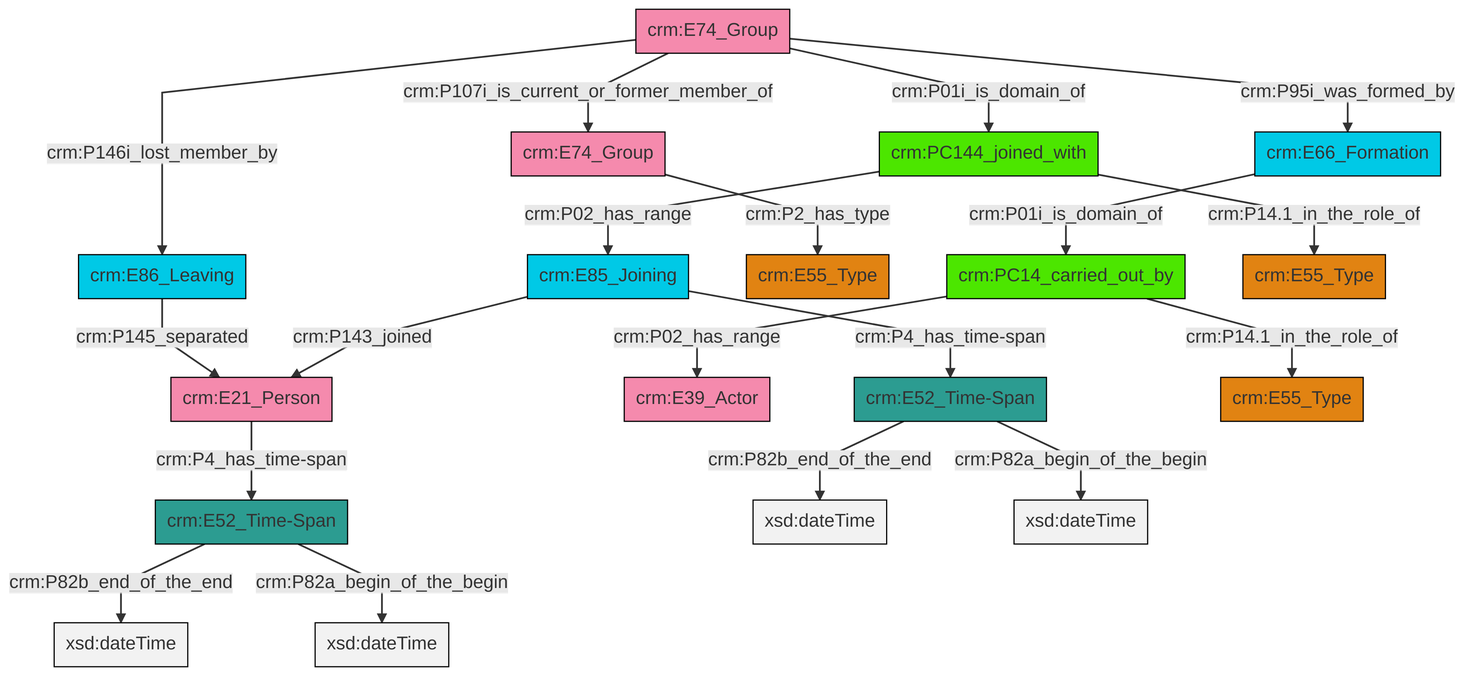
This is et/groupCSV/ttl/mmd/png/group_actor_relations.png from swiss-art-research-net/docs.swissartresearch, a Mermaid export, as it was before one commit. Its source is kept beside it as et/groupCSV/ttl/mmd/group_actor_relations.ttl.mmd.
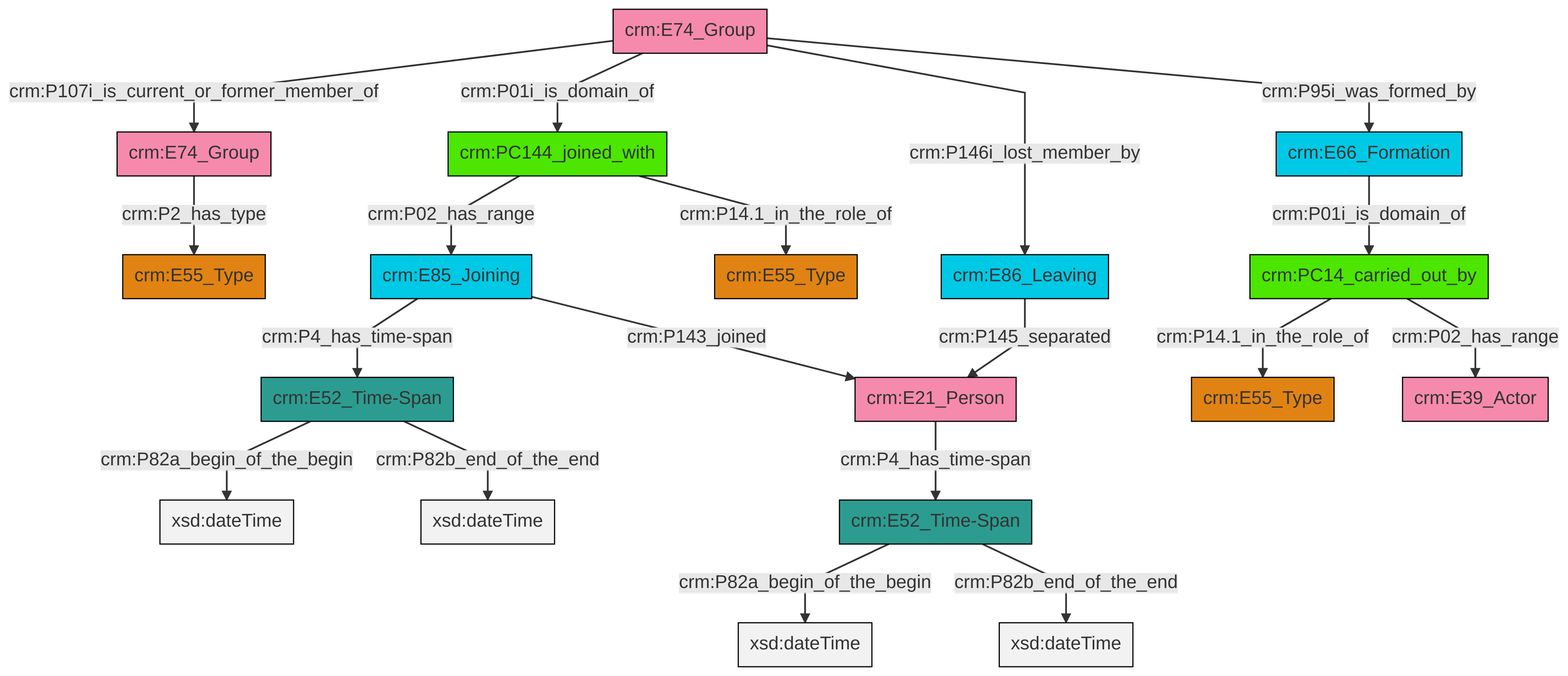
The same file after the commit.

Change to the diagram source:
```diff
@@ -13,21 +13,21 @@
 classDef PC_Classes fill:#4ce600, stroke:#000000;
 classDef Multi fill:#cccccc,stroke:#000000;
 
-0["crm:E85_Joining"]:::Temporal_Entity -->|crm:P4_has_time-span| 1["crm:E52_Time-Span"]:::Time-Span
-4["crm:PC14_carried_out_by"]:::PC_Classes -->|crm:P02_has_range| 5["crm:E39_Actor"]:::Actor
-10["crm:E86_Leaving"]:::Temporal_Entity -->|crm:P145_separated| 11["crm:E21_Person"]:::Actor
-2["crm:E52_Time-Span"]:::Time-Span -->|crm:P82b_end_of_the_end| 12[xsd:dateTime]:::Literal
-1["crm:E52_Time-Span"]:::Time-Span -->|crm:P82b_end_of_the_end| 13[xsd:dateTime]:::Literal
-16["crm:E74_Group"]:::Actor -->|crm:P2_has_type| 8["crm:E55_Type"]:::Type
-20["crm:E66_Formation"]:::Temporal_Entity -->|crm:P01i_is_domain_of| 4["crm:PC14_carried_out_by"]:::PC_Classes
-2["crm:E52_Time-Span"]:::Time-Span -->|crm:P82a_begin_of_the_begin| 21[xsd:dateTime]:::Literal
-4["crm:PC14_carried_out_by"]:::PC_Classes -->|crm:P14.1_in_the_role_of| 17["crm:E55_Type"]:::Type
-0["crm:E85_Joining"]:::Temporal_Entity -->|crm:P143_joined| 11["crm:E21_Person"]:::Actor
-24["crm:PC144_joined_with"]:::PC_Classes -->|crm:P02_has_range| 0["crm:E85_Joining"]:::Temporal_Entity
-6["crm:E74_Group"]:::Actor -->|crm:P146i_lost_member_by| 10["crm:E86_Leaving"]:::Temporal_Entity
-24["crm:PC144_joined_with"]:::PC_Classes -->|crm:P14.1_in_the_role_of| 27["crm:E55_Type"]:::Type
-6["crm:E74_Group"]:::Actor -->|crm:P107i_is_current_or_former_member_of| 16["crm:E74_Group"]:::Actor
-11["crm:E21_Person"]:::Actor -->|crm:P4_has_time-span| 2["crm:E52_Time-Span"]:::Time-Span
-6["crm:E74_Group"]:::Actor -->|crm:P95i_was_formed_by| 20["crm:E66_Formation"]:::Temporal_Entity
-1["crm:E52_Time-Span"]:::Time-Span -->|crm:P82a_begin_of_the_begin| 33[xsd:dateTime]:::Literal
-6["crm:E74_Group"]:::Actor -->|crm:P01i_is_domain_of| 24["crm:PC144_joined_with"]:::PC_Classes
+2["crm:E86_Leaving"]:::Temporal_Entity -->|crm:P145_separated| 3["crm:E21_Person"]:::Actor
+4["crm:E52_Time-Span"]:::Time-Span -->|crm:P82a_begin_of_the_begin| 5[xsd:dateTime]:::Literal
+4["crm:E52_Time-Span"]:::Time-Span -->|crm:P82b_end_of_the_end| 6[xsd:dateTime]:::Literal
+7["crm:PC144_joined_with"]:::PC_Classes -->|crm:P14.1_in_the_role_of| 8["crm:E55_Type"]:::Type
+11["crm:E74_Group"]:::Actor -->|crm:P146i_lost_member_by| 2["crm:E86_Leaving"]:::Temporal_Entity
+20["crm:E85_Joining"]:::Temporal_Entity -->|crm:P4_has_time-span| 4["crm:E52_Time-Span"]:::Time-Span
+23["crm:PC14_carried_out_by"]:::PC_Classes -->|crm:P14.1_in_the_role_of| 14["crm:E55_Type"]:::Type
+21["crm:E66_Formation"]:::Temporal_Entity -->|crm:P01i_is_domain_of| 23["crm:PC14_carried_out_by"]:::PC_Classes
+11["crm:E74_Group"]:::Actor -->|crm:P95i_was_formed_by| 21["crm:E66_Formation"]:::Temporal_Entity
+20["crm:E85_Joining"]:::Temporal_Entity -->|crm:P143_joined| 3["crm:E21_Person"]:::Actor
+3["crm:E21_Person"]:::Actor -->|crm:P4_has_time-span| 28["crm:E52_Time-Span"]:::Time-Span
+23["crm:PC14_carried_out_by"]:::PC_Classes -->|crm:P02_has_range| 24["crm:E39_Actor"]:::Actor
+11["crm:E74_Group"]:::Actor -->|crm:P107i_is_current_or_former_member_of| 16["crm:E74_Group"]:::Actor
+28["crm:E52_Time-Span"]:::Time-Span -->|crm:P82a_begin_of_the_begin| 32[xsd:dateTime]:::Literal
+7["crm:PC144_joined_with"]:::PC_Classes -->|crm:P02_has_range| 20["crm:E85_Joining"]:::Temporal_Entity
+28["crm:E52_Time-Span"]:::Time-Span -->|crm:P82b_end_of_the_end| 34[xsd:dateTime]:::Literal
+16["crm:E74_Group"]:::Actor -->|crm:P2_has_type| 0["crm:E55_Type"]:::Type
+11["crm:E74_Group"]:::Actor -->|crm:P01i_is_domain_of| 7["crm:PC144_joined_with"]:::PC_Classes
```
